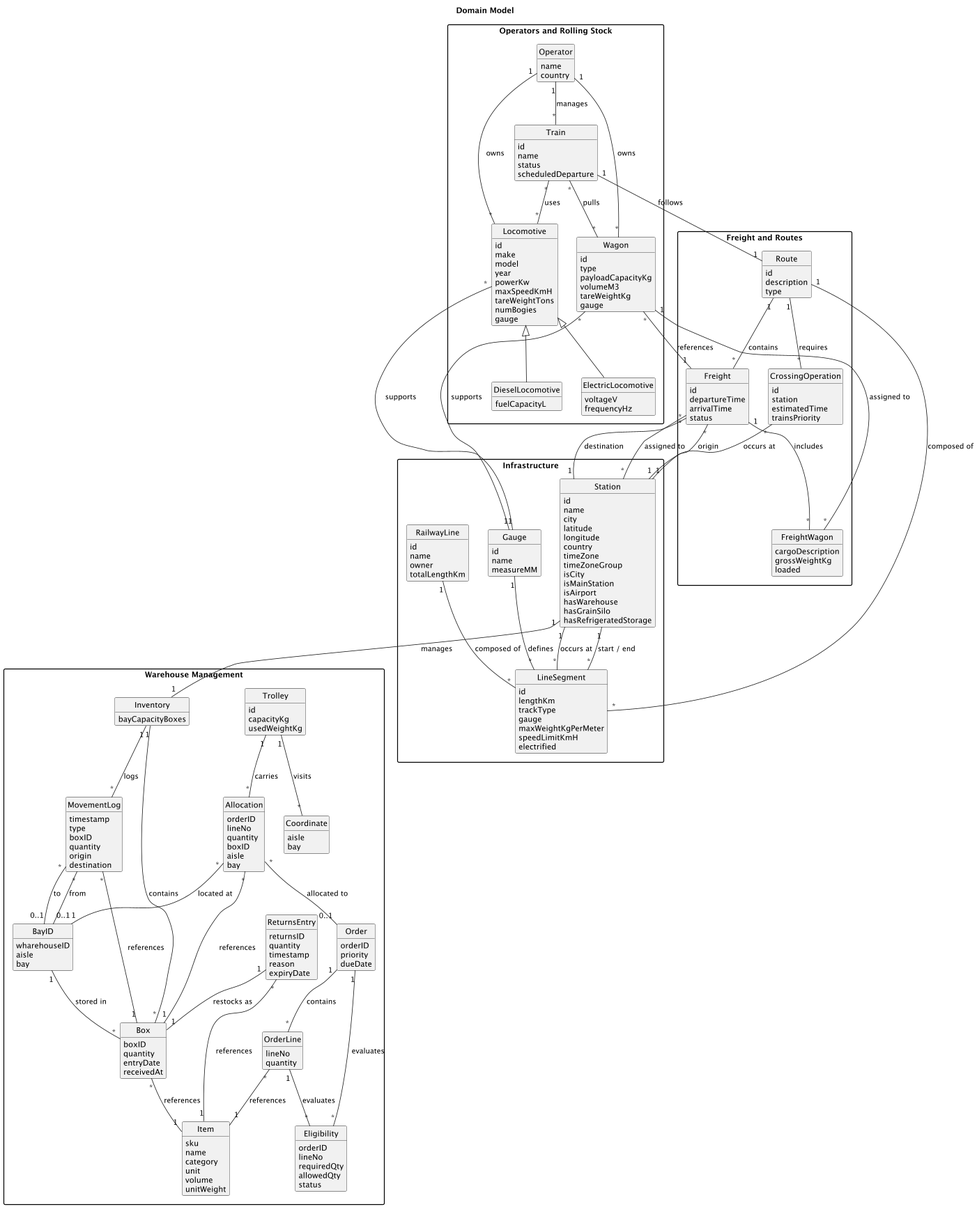
This is definitive-structure/docs/system-documentation/global-artifacts/02.analysis/svg/domain-model.png from AfonsoMachado1892/Logistics-on-Rails, a PlantUML export, as it was before one commit. Its diagram source:
```plantuml
@startuml
skinparam monochrome true
skinparam packageStyle rectangle
hide circle
hide methods

title Domain Model

package "Infrastructure" {
    class RailwayLine {
        id
        name
        owner
        totalLengthKm
    }

    class LineSegment {
        id
        lengthKm
        trackType
        gauge
        maxWeightKgPerMeter
        speedLimitKmH
        electrified
    }

    class Gauge {
        id
        name
        measureMM
    }

    class Station {
        id
        name
        city
        latitude
        longitude
        country
        timeZone
        timeZoneGroup
        isCity
        isMainStation
        isAirport
        hasWarehouse
        hasGrainSilo
        hasRefrigeratedStorage
    }

    RailwayLine "1" -- "*" LineSegment : composed of
    Gauge "1" -- "*" LineSegment : defines
    Station "1" -- "*" LineSegment : occurs at
    Station "1" -- "*" LineSegment : start / end
}

package "Freight and Routes" {
    class Route {
        id
        description
        type
    }

    class Freight {
        id
        departureTime
        arrivalTime
        status
    }

    class CrossingOperation {
        id
        station
        estimatedTime
        trainsPriority
    }

    class FreightWagon{
        cargoDescription
        grossWeightKg
        loaded
    }

    Route "1" -- "*" Freight : contains
    Route "1" -- "*" CrossingOperation : requires
    Route "1" -- "*" LineSegment : composed of
    CrossingOperation "*" -- "1" Station : occurs at
    Freight "1" -- "*" FreightWagon : includes
    Freight "*" -- "1" Station : origin
    Freight "*" -- "1" Station : destination
    Freight "*" -- "*" Station : assigned to
}

package "Operators and Rolling Stock" {
    class Operator {
        name
        country
    }

    class Train {
        id
        name
        status
        scheduledDeparture
    }

    class Locomotive {
        id
        make
        model
        year
        powerKw
        maxSpeedKmH
        tareWeightTons
        numBogies
        gauge
    }

    class ElectricLocomotive extends Locomotive {
        voltageV
        frequencyHz
    }

    class DieselLocomotive extends Locomotive {
        fuelCapacityL
    }

    class Wagon {
        id
        type
        payloadCapacityKg
        volumeM3
        tareWeightKg
        gauge
    }

    Operator "1" -- "*" Train : manages
    Operator "1" -- "*" Locomotive : owns
    Operator "1" -- "*" Wagon : owns

    Train "*" -- "*" Locomotive : uses
    Train "*" -- "*" Wagon : pulls
    Train "1" -- "1" Route : follows

    Locomotive "*" -- "1" Gauge : supports

    Wagon "*" -- "1" Freight: references
    Wagon "*" -- "1" Gauge : supports
    Wagon "1" -- "*" FreightWagon : assigned to
}

package "Warehouse Management" {
    class Inventory {
        bayCapacityBoxes
    }

    class Trolley {
        id
        capacityKg
        usedWeightKg
    }

    class MovementLog {
        timestamp
        type
        boxID
        quantity
        origin
        destination
    }

    class Allocation {
        orderID
        lineNo
        quantity
        boxID
        aisle
        bay
    }

    class ReturnsEntry {
        returnsID
        quantity
        timestamp
        reason
        expiryDate
    }

    class Coordinate {
        aisle
        bay
    }

    class Eligibility {
        orderID
        lineNo
        requiredQty
        allowedQty
        status
    }

    class Order {
        orderID
        priority
        dueDate
    }

    class Box {
        boxID
        quantity
        entryDate
        receivedAt
    }

    class Item {
        sku
        name
        category
        unit
        volume
        unitWeight
    }

    class OrderLine {
        lineNo
        quantity
    }

    class BayID {
        wharehouseID
        aisle
        bay
    }

    Station "1" -- "1" Inventory : manages

    Inventory "1" -- "*" MovementLog : logs
    Inventory "1" -- "*" Box : contains

    Trolley "1" -- "*" Allocation : carries
    Trolley "1" -- "*" Coordinate : visits

    MovementLog "*" -- "0..1" BayID : from
    MovementLog "*" -- "0..1" BayID : to
    MovementLog "*" -- "1" Box : references

    Allocation "*" -- "1" BayID : located at
    Allocation "*" -- "1" Box : references
    Allocation "*" -- "0..1" Order: allocated to

    ReturnsEntry "1" -- "1" Box : restocks as
    ReturnsEntry "*" -- "1" Item : references

    BayID "1" -- "*" Box : stored in

    Order "1" -- "*" OrderLine : contains
    Order "1" -- "*" Eligibility : evaluates

    OrderLine "*" -- "1" Item : references
    OrderLine "1" -- "*" Eligibility : evaluates

    Box "*" -- "1" Item : references
}

@enduml
```
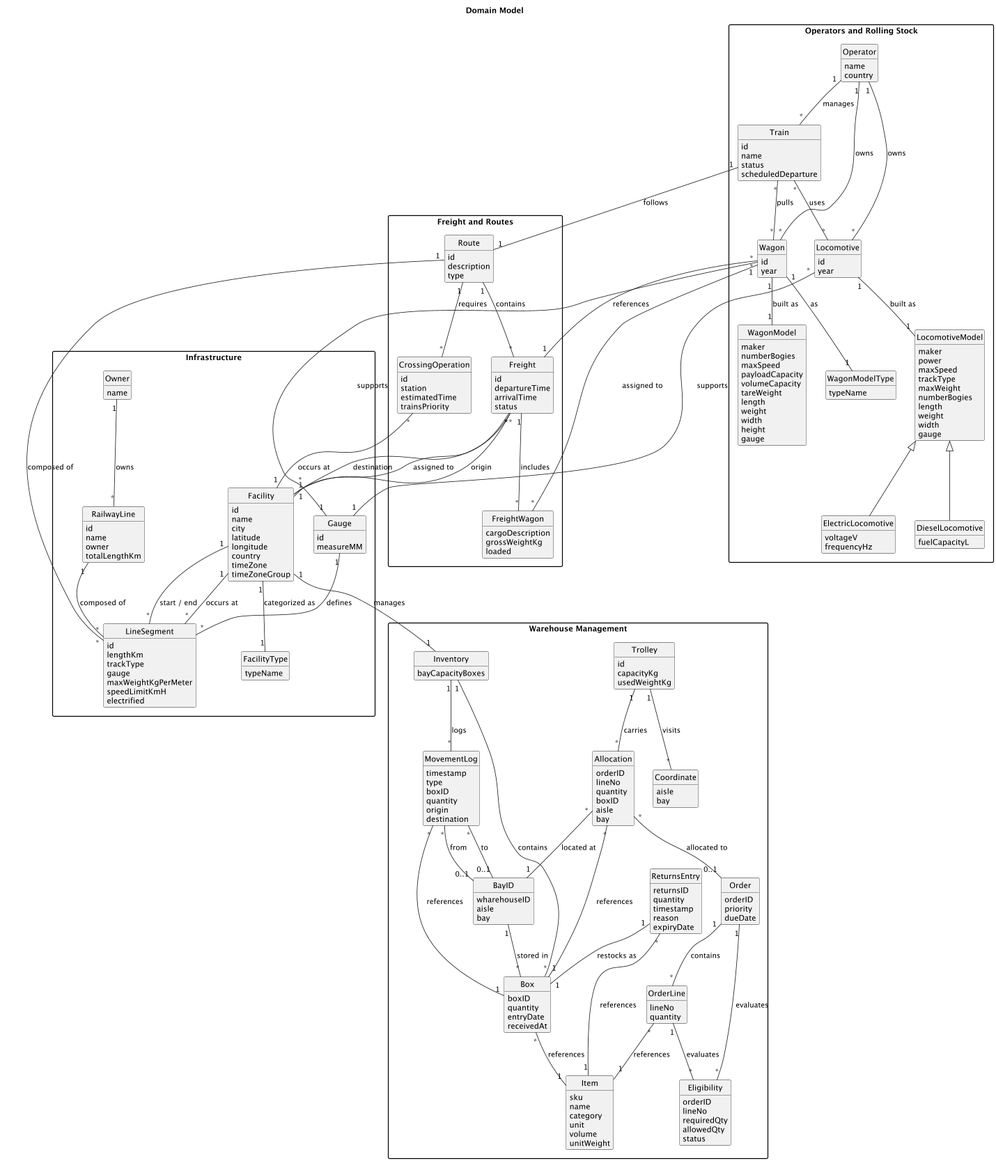
After the commit.

The edit, as a diff of the source:
```diff
@@ -7,6 +7,11 @@
 title Domain Model
 
 package "Infrastructure" {
+
+    class Owner{
+        name
+    }
+
     class RailwayLine {
         id
         name
@@ -26,11 +31,10 @@
 
     class Gauge {
         id
-        name
         measureMM
     }
 
-    class Station {
+    class Facility {
         id
         name
         city
@@ -39,18 +43,18 @@
         country
         timeZone
         timeZoneGroup
-        isCity
-        isMainStation
-        isAirport
-        hasWarehouse
-        hasGrainSilo
-        hasRefrigeratedStorage
     }
 
+    class FacilityType {
+        typeName
+    }
+
+    Owner "1" -- "*" RailwayLine : owns
     RailwayLine "1" -- "*" LineSegment : composed of
     Gauge "1" -- "*" LineSegment : defines
-    Station "1" -- "*" LineSegment : occurs at
-    Station "1" -- "*" LineSegment : start / end
+    Facility "1" -- "*" LineSegment : occurs at
+    Facility "1" -- "*" LineSegment : start / end
+    Facility "1" -- "1" FacilityType : categorized as
 }
 
 package "Freight and Routes" {
@@ -83,11 +87,11 @@
     Route "1" -- "*" Freight : contains
     Route "1" -- "*" CrossingOperation : requires
     Route "1" -- "*" LineSegment : composed of
-    CrossingOperation "*" -- "1" Station : occurs at
+    CrossingOperation "*" -- "1" Facility : occurs at
     Freight "1" -- "*" FreightWagon : includes
-    Freight "*" -- "1" Station : origin
-    Freight "*" -- "1" Station : destination
-    Freight "*" -- "*" Station : assigned to
+    Freight "*" -- "1" Facility : origin
+    Freight "*" -- "1" Facility : destination
+    Freight "*" -- "*" Facility : assigned to
 }
 
 package "Operators and Rolling Stock" {
@@ -105,32 +109,52 @@
 
     class Locomotive {
         id
-        make
-        model
         year
-        powerKw
-        maxSpeedKmH
-        tareWeightTons
-        numBogies
+    }
+
+    class LocomotiveModel {
+        maker
+        power
+        maxSpeed
+        trackType
+        maxWeight
+        numberBogies
+        length
+        weight
+        width
         gauge
     }
 
-    class ElectricLocomotive extends Locomotive {
+    class ElectricLocomotive extends LocomotiveModel {
         voltageV
         frequencyHz
     }
 
-    class DieselLocomotive extends Locomotive {
+    class DieselLocomotive extends LocomotiveModel {
         fuelCapacityL
     }
 
     class Wagon {
         id
-        type
-        payloadCapacityKg
-        volumeM3
-        tareWeightKg
+        year
+    }
+
+    class WagonModel {
+        maker
+        numberBogies
+        maxSpeed
+        payloadCapacity
+        volumeCapacity
+        tareWeight
+        length
+        weight
+        width
+        height
         gauge
+    }
+
+    class WagonModelType{
+        typeName
     }
 
     Operator "1" -- "*" Train : manages
@@ -142,10 +166,13 @@
     Train "1" -- "1" Route : follows
 
     Locomotive "*" -- "1" Gauge : supports
+    Locomotive "1" -- "1" LocomotiveModel : built as
 
     Wagon "*" -- "1" Freight: references
     Wagon "*" -- "1" Gauge : supports
     Wagon "1" -- "*" FreightWagon : assigned to
+    Wagon "1" -- "1" WagonModel : built as
+    Wagon "1" -- "1" WagonModelType : as
 }
 
 package "Warehouse Management" {
@@ -231,7 +258,7 @@
         bay
     }
 
-    Station "1" -- "1" Inventory : manages
+    Facility "1" -- "1" Inventory : manages
 
     Inventory "1" -- "*" MovementLog : logs
     Inventory "1" -- "*" Box : contains
```
